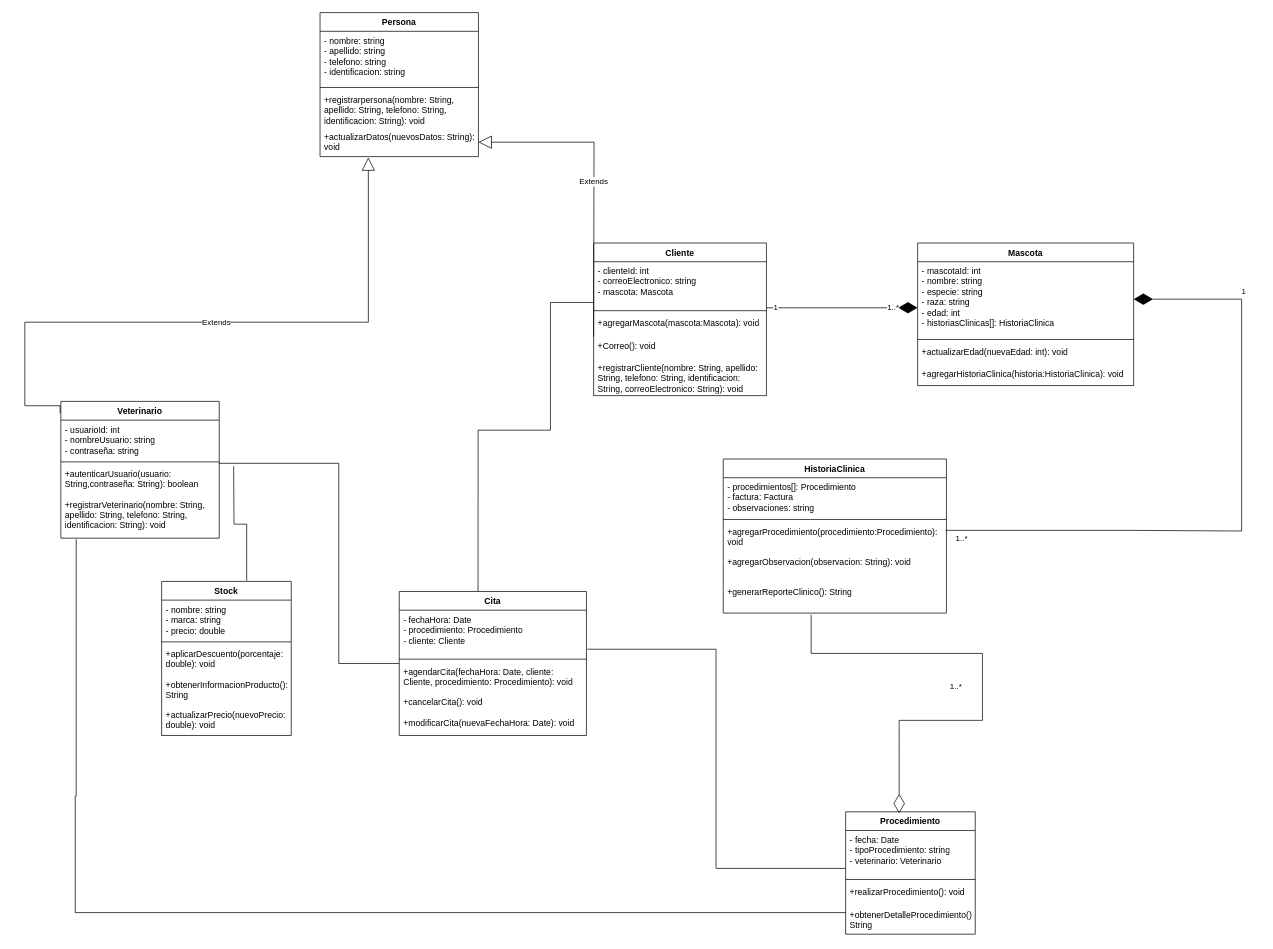
Before: vetApp.drawio in maicols04/claseEstructura, a draw.io diagram. Source tidied: cells renumbered, new cells numbered last; positions are measured from the earlier drawing's top-left corner, leaving out a move shared by most shapes. Both pictures are drawn from the tidied source at 72%, with x=0, y=0 at pixel (24, 12).
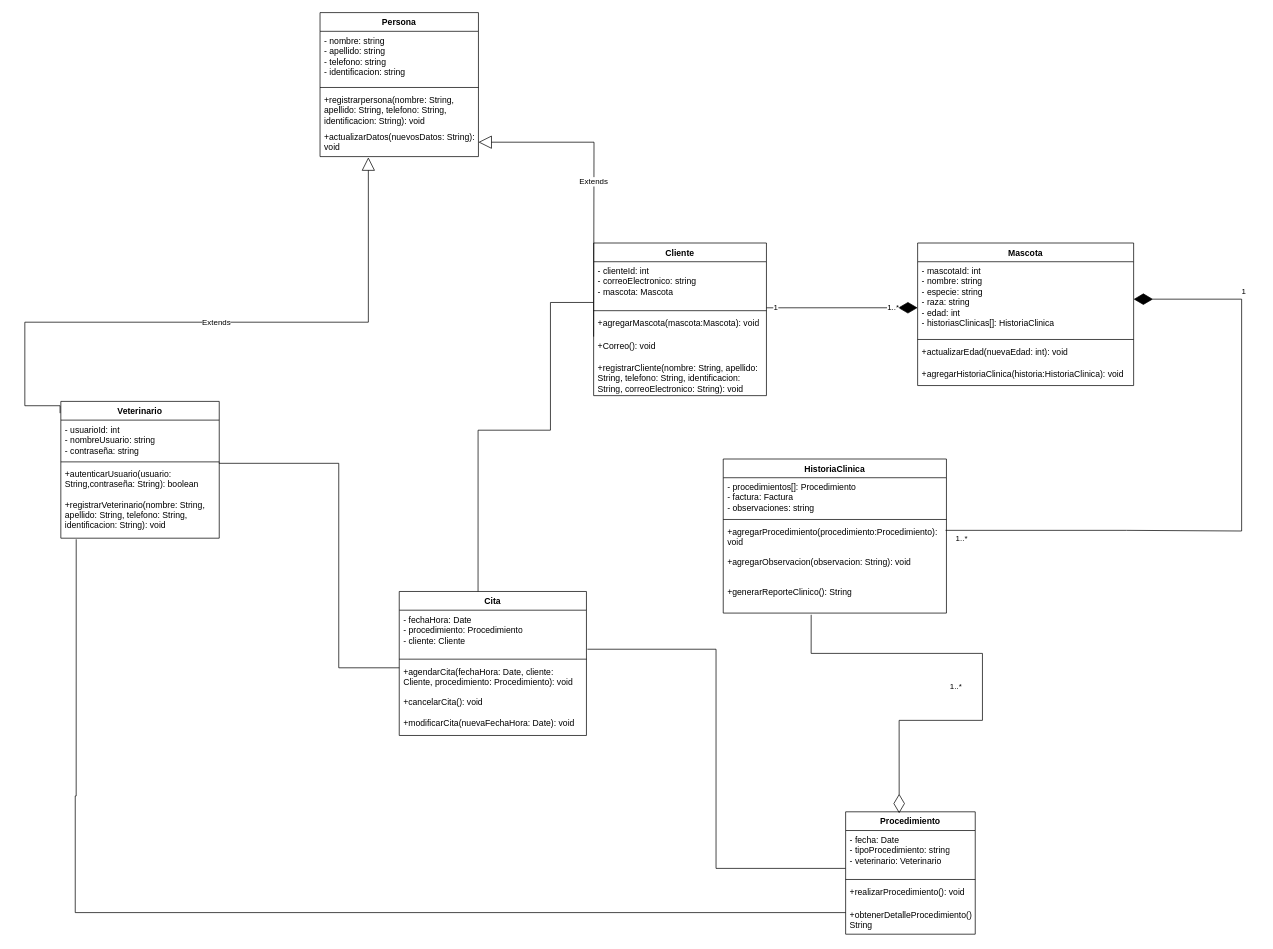
After the change.

Commit message:
Actualizacion luismi vetApp.drawio

The change refers to these unchanged cells:
```xml
<mxCell id="42" value="Cita" style="swimlane;fontStyle=1;align=center;verticalAlign=top;horizontal=1;startSize=26;whiteSpace=wrap;html=1;" parent="1" vertex="1">
  <mxGeometry x="520" y="804" width="260" height="200" as="geometry" />
</mxCell>
```

Change to the diagram source:
```diff
@@
     <mxCell id="50" style="endArrow=none;html=1;edgeStyle=orthogonalEdgeStyle;rounded=0;" parent="1" edge="1" target="42">
       <mxGeometry relative="1" as="geometry">
         <mxPoint x="270" y="625" as="sourcePoint" />
         <Array as="points">
-          <mxPoint x="270" y="626" />
           <mxPoint x="436" y="626" />
-          <mxPoint x="436" y="904" />
+          <mxPoint x="436" y="910" />
         </Array>
       </mxGeometry>
     </mxCell>
@@
-    <mxCell id="52" value="&lt;div&gt;Stock&lt;/div&gt;" style="swimlane;fontStyle=1;align=center;verticalAlign=top;horizontal=1;startSize=26;whiteSpace=wrap;html=1;" parent="1" vertex="1">
-      <mxGeometry x="190" y="790" width="180" height="214" as="geometry" />
-    </mxCell>
-    <mxCell id="53" value="- nombre: string&lt;div&gt;- marca: string&lt;/div&gt;&lt;div&gt;- precio: double&lt;/div&gt;" style="text;strokeColor=none;fillColor=none;align=left;verticalAlign=top;spacingLeft=4;spacingRight=4;overflow=hidden;whiteSpace=wrap;html=1;" parent="52" vertex="1">
-      <mxGeometry y="26" width="180" height="54" as="geometry" />
-    </mxCell>
-    <mxCell id="54" style="line;strokeWidth=1;fillColor=none;align=left;verticalAlign=middle;spacingTop=-1;spacingLeft=3;spacingRight=3;labelPosition=right;strokeColor=inherit;" parent="52" vertex="1">
-      <mxGeometry y="80" width="180" height="8" as="geometry" />
-    </mxCell>
-    <mxCell id="55" value="+aplicarDescuento(porcentaje: double): void" style="text;strokeColor=none;fillColor=none;align=left;verticalAlign=top;spacingLeft=4;spacingRight=4;overflow=hidden;whiteSpace=wrap;html=1;" parent="52" vertex="1">
-      <mxGeometry y="88" width="180" height="42" as="geometry" />
-    </mxCell>
-    <mxCell id="56" value="+obtenerInformacionProducto(): String" style="text;strokeColor=none;fillColor=none;align=left;verticalAlign=top;spacingLeft=4;spacingRight=4;overflow=hidden;whiteSpace=wrap;html=1;" parent="52" vertex="1">
-      <mxGeometry y="130" width="180" height="42" as="geometry" />
-    </mxCell>
-    <mxCell id="57" value="+actualizarPrecio(nuevoPrecio: double): void" style="text;strokeColor=none;fillColor=none;align=left;verticalAlign=top;spacingLeft=4;spacingRight=4;overflow=hidden;whiteSpace=wrap;html=1;" parent="52" vertex="1">
-      <mxGeometry y="172" width="180" height="42" as="geometry" />
-    </mxCell>
-    <mxCell id="58" style="endArrow=none;html=1;edgeStyle=orthogonalEdgeStyle;rounded=0;entryX=0.656;entryY=-0.005;entryDx=0;entryDy=0;entryPerimeter=0;" parent="1" edge="1" target="52">
-      <mxGeometry relative="1" as="geometry">
-        <mxPoint x="290" y="630" as="sourcePoint" />
-      </mxGeometry>
-    </mxCell>
```
